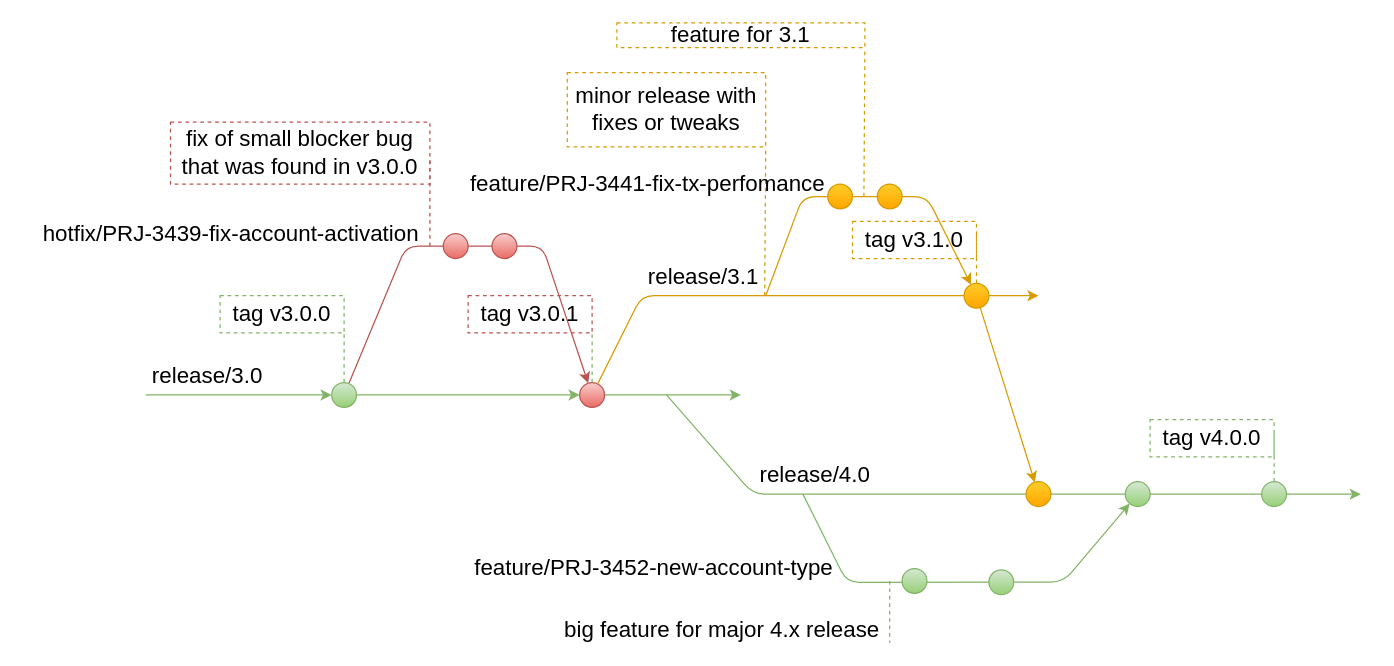
The draw.io diagram page "common" (1 of 2) of docs/gradle-release-plugin.drawio in ru-fix/gradle-release-plugin, before the edit. Source tidied: cells renumbered, new cells numbered last; positions are measured from the earlier drawing's top-left corner, leaving out a move shared by most shapes. Both pictures are drawn from the tidied source at 124%, with x=0, y=0 at pixel (32, 22).
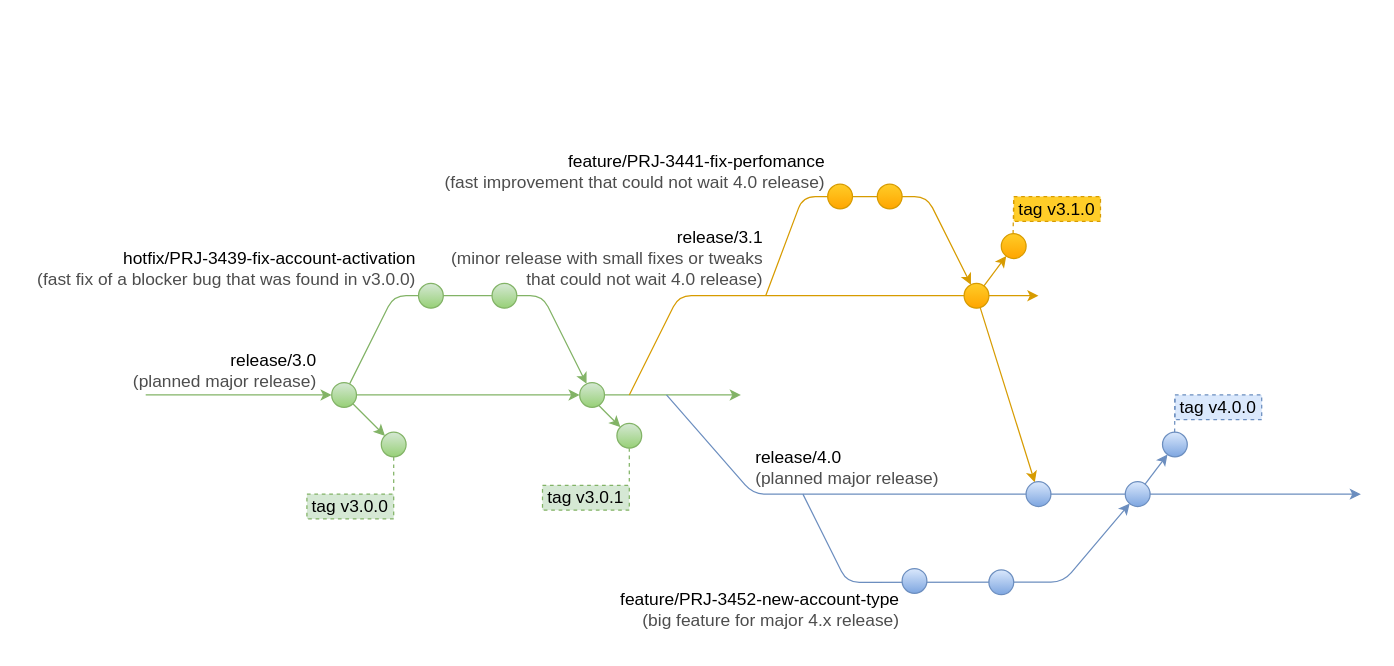
The same diagram, later.

The edit, as a diff of the source:
```diff
@@
+    <mxCell id="45" style="endArrow=classic;html=1;gradientColor=#ffa500;fillColor=#ffcd28;strokeColor=#d79b00;fontSize=14;" parent="1" edge="1" source="22" target="51">
+      <mxGeometry relative="1" as="geometry" />
+    </mxCell>
+    <mxCell id="46" style="endArrow=classic;html=1;gradientColor=#97d077;fillColor=#d5e8d4;strokeColor=#82b366;fontSize=14;" parent="1" edge="1" target="50">
+      <mxGeometry relative="1" as="geometry">
+        <mxPoint x="448" y="300" as="sourcePoint" />
+      </mxGeometry>
+    </mxCell>
-    <mxCell id="2" style="endArrow=classic;html=1;fontSize=18;gradientColor=#ea6b66;fillColor=#f8cecc;strokeColor=#b85450;" parent="1" edge="1" source="5" target="14">
+    <mxCell id="2" style="endArrow=classic;html=1;fontSize=14;gradientColor=#97d077;fillColor=#d5e8d4;strokeColor=#82b366;" parent="1" edge="1" source="5" target="14">
       <mxGeometry relative="1" as="geometry">
         <Array as="points">
-          <mxPoint x="301" y="180" />
-          <mxPoint x="351" y="180" />
-          <mxPoint x="411" y="180" />
+          <mxPoint x="291" y="220" />
+          <mxPoint x="411" y="220" />
         </Array>
       </mxGeometry>
     </mxCell>
-    <mxCell id="3" style="endArrow=classic;html=1;gradientColor=#97d077;fillColor=#d5e8d4;strokeColor=#82b366;" parent="1" edge="1" source="14">
+    <mxCell id="3" style="endArrow=classic;html=1;gradientColor=#97d077;fillColor=#d5e8d4;strokeColor=#82b366;fontSize=14;" parent="1" edge="1" source="14">
       <mxGeometry relative="1" as="geometry">
         <mxPoint x="571" y="300" as="targetPoint" />
       </mxGeometry>
     </mxCell>
-    <mxCell id="4" value="release/3.0" style="text;html=1;strokeColor=none;fillColor=none;align=center;verticalAlign=middle;whiteSpace=wrap;rounded=0;fontSize=18;gradientColor=#97d077;" parent="1" vertex="1">
-      <mxGeometry x="91" y="270" width="100" height="30" as="geometry" />
+    <mxCell id="4" value="release/3.0&lt;br&gt;&lt;span style=&quot;color: rgb(77 , 77 , 77)&quot;&gt;(planned major release)&lt;/span&gt;" style="text;html=1;strokeColor=none;fillColor=none;align=right;verticalAlign=middle;whiteSpace=wrap;rounded=0;fontSize=14;gradientColor=#97d077;" parent="1" vertex="1">
+      <mxGeometry x="21" y="260" width="210" height="40" as="geometry" />
     </mxCell>
-    <mxCell id="5" style="ellipse;whiteSpace=wrap;html=1;gradientColor=#97d077;fillColor=#d5e8d4;strokeColor=#82b366;" parent="1" vertex="1">
+    <mxCell id="5" style="ellipse;whiteSpace=wrap;html=1;gradientColor=#97d077;fillColor=#d5e8d4;strokeColor=#82b366;fontSize=14;" parent="1" vertex="1">
       <mxGeometry x="241" y="290" width="20" height="20" as="geometry" />
     </mxCell>
-    <mxCell id="6" style="endArrow=classic;html=1;gradientColor=#97d077;fillColor=#d5e8d4;strokeColor=#82b366;" parent="1" edge="1" target="5">
+    <mxCell id="6" style="endArrow=classic;html=1;gradientColor=#97d077;fillColor=#d5e8d4;strokeColor=#82b366;fontSize=14;" parent="1" edge="1" target="5">
       <mxGeometry relative="1" as="geometry">
         <mxPoint x="91" y="300" as="sourcePoint" />
       </mxGeometry>
     </mxCell>
-    <mxCell id="7" value="tag v3.0.0" style="text;html=1;strokeColor=#82b366;fillColor=none;align=center;verticalAlign=middle;whiteSpace=wrap;rounded=0;fontSize=18;dashed=1;gradientColor=#97d077;" parent="1" vertex="1">
-      <mxGeometry x="151" y="220" width="100" height="30" as="geometry" />
+    <mxCell id="7" value="tag v3.0.0" style="text;html=1;strokeColor=#82b366;fillColor=#d5e8d4;align=center;verticalAlign=middle;whiteSpace=wrap;rounded=0;fontSize=14;dashed=1;gradientColor=none;" parent="1" vertex="1">
+      <mxGeometry x="221" y="380" width="70" height="20" as="geometry" />
     </mxCell>
-    <mxCell id="8" style="endArrow=none;dashed=1;html=1;fontSize=18;exitX=0.5;exitY=0;exitDx=0;exitDy=0;gradientColor=#97d077;fillColor=#d5e8d4;strokeColor=#82b366;" parent="1" edge="1" source="5">
-      <mxGeometry relative="1" as="geometry">
-        <mxPoint x="251" y="250" as="targetPoint" />
-      </mxGeometry>
+    <mxCell id="8" style="endArrow=none;dashed=1;html=1;fontSize=14;gradientColor=#97d077;fillColor=#d5e8d4;strokeColor=#82b366;entryX=1;entryY=0;entryDx=0;entryDy=0;" parent="1" edge="1" source="47" target="7">
+      <mxGeometry relative="1" as="geometry" />
     </mxCell>
-    <mxCell id="9" style="endArrow=none;html=1;fontSize=18;dashed=1;gradientColor=#ea6b66;fillColor=#f8cecc;strokeColor=#b85450;" parent="1" edge="1">
-      <mxGeometry relative="1" as="geometry">
-        <mxPoint x="320.2" y="180" as="sourcePoint" />
-        <mxPoint x="320.2" y="110" as="targetPoint" />
-      </mxGeometry>
-    </mxCell>
-    <mxCell id="10" value="fix of small blocker bug that was found in v3.0.0" style="rounded=0;whiteSpace=wrap;html=1;strokeColor=#b85450;fillColor=none;fontSize=18;dashed=1;gradientColor=#ea6b66;" parent="1" vertex="1">
-      <mxGeometry x="111" y="80" width="209.2" height="50" as="geometry" />
-    </mxCell>
-    <mxCell id="11" value="hotfix/PRJ-3439-fix-account-activation" style="text;html=1;strokeColor=none;fillColor=none;align=center;verticalAlign=middle;whiteSpace=wrap;rounded=0;fontSize=18;gradientColor=#ea6b66;dashed=1;" parent="1" vertex="1">
-      <mxGeometry x="0.2" y="160" width="320" height="20" as="geometry" />
+    <mxCell id="11" value="hotfix/PRJ-3439-fix-account-activation&lt;br style=&quot;font-size: 14px&quot;&gt;&lt;span style=&quot;color: rgb(77 , 77 , 77) ; text-align: center ; font-size: 14px&quot;&gt;(fast fix of a blocker bug that was found in v3.0.0)&lt;/span&gt;" style="text;html=1;strokeColor=none;fillColor=none;align=right;verticalAlign=middle;whiteSpace=wrap;rounded=0;fontSize=14;gradientColor=#ea6b66;dashed=1;" parent="1" vertex="1">
+      <mxGeometry x="-9" y="180" width="320" height="35" as="geometry" />
     </mxCell>
-    <mxCell id="12" style="ellipse;whiteSpace=wrap;html=1;gradientColor=#ea6b66;fillColor=#f8cecc;strokeColor=#b85450;" parent="1" vertex="1">
-      <mxGeometry x="331" y="170" width="20" height="20" as="geometry" />
+    <mxCell id="12" style="ellipse;whiteSpace=wrap;html=1;gradientColor=#97d077;fillColor=#d5e8d4;strokeColor=#82b366;fontSize=14;" parent="1" vertex="1">
+      <mxGeometry x="311" y="210" width="20" height="20" as="geometry" />
     </mxCell>
-    <mxCell id="13" style="ellipse;whiteSpace=wrap;html=1;gradientColor=#ea6b66;fillColor=#f8cecc;strokeColor=#b85450;" parent="1" vertex="1">
-      <mxGeometry x="370.3" y="170" width="20" height="20" as="geometry" />
+    <mxCell id="13" style="ellipse;whiteSpace=wrap;html=1;gradientColor=#97d077;fillColor=#d5e8d4;strokeColor=#82b366;fontSize=14;" parent="1" vertex="1">
+      <mxGeometry x="370.3" y="210" width="20" height="20" as="geometry" />
     </mxCell>
-    <mxCell id="14" style="ellipse;whiteSpace=wrap;html=1;gradientColor=#ea6b66;fillColor=#f8cecc;strokeColor=#b85450;" parent="1" vertex="1">
+    <mxCell id="14" style="ellipse;whiteSpace=wrap;html=1;gradientColor=#97d077;fillColor=#d5e8d4;strokeColor=#82b366;fontSize=14;" parent="1" vertex="1">
       <mxGeometry x="441" y="290" width="20" height="20" as="geometry" />
     </mxCell>
-    <mxCell id="15" style="endArrow=classic;html=1;gradientColor=#97d077;fillColor=#d5e8d4;strokeColor=#82b366;" parent="1" edge="1" source="5" target="14">
+    <mxCell id="15" style="endArrow=classic;html=1;gradientColor=#97d077;fillColor=#d5e8d4;strokeColor=#82b366;fontSize=14;" parent="1" edge="1" source="5" target="14">
       <mxGeometry relative="1" as="geometry" />
     </mxCell>
-    <mxCell id="16" value="tag v3.0.1" style="text;html=1;strokeColor=#b85450;fillColor=none;align=center;verticalAlign=middle;whiteSpace=wrap;rounded=0;fontSize=18;dashed=1;gradientColor=#ea6b66;" parent="1" vertex="1">
-      <mxGeometry x="351" y="220" width="100" height="30" as="geometry" />
-    </mxCell>
-    <mxCell id="17" style="endArrow=none;dashed=1;html=1;fontSize=18;exitX=0.5;exitY=0;exitDx=0;exitDy=0;gradientColor=#97d077;fillColor=#d5e8d4;strokeColor=#82b366;" parent="1" edge="1">
-      <mxGeometry relative="1" as="geometry">
-        <mxPoint x="451" y="290" as="sourcePoint" />
-        <mxPoint x="451" y="250" as="targetPoint" />
-      </mxGeometry>
-    </mxCell>
-    <mxCell id="18" style="endArrow=classic;html=1;fontSize=18;gradientColor=#ffa500;fillColor=#ffcd28;strokeColor=#d79b00;" parent="1" edge="1" source="14">
+    <mxCell id="18" style="endArrow=classic;html=1;fontSize=14;gradientColor=#ffa500;fillColor=#ffcd28;strokeColor=#d79b00;" parent="1" edge="1">
       <mxGeometry relative="1" as="geometry">
+        <mxPoint x="481" y="300" as="sourcePoint" />
         <mxPoint x="811" y="220" as="targetPoint" />
         <Array as="points">
-          <mxPoint x="491" y="220" />
+          <mxPoint x="521" y="220" />
         </Array>
       </mxGeometry>
     </mxCell>
-    <mxCell id="19" value="release/3.1" style="text;html=1;strokeColor=none;fillColor=none;align=center;verticalAlign=middle;whiteSpace=wrap;rounded=0;fontSize=18;" parent="1" vertex="1">
-      <mxGeometry x="491" y="190" width="100" height="30" as="geometry" />
+    <mxCell id="19" value="release/3.1&lt;br style=&quot;font-size: 14px;&quot;&gt;&lt;span style=&quot;color: rgb(77, 77, 77); font-size: 14px;&quot;&gt;(minor release with small fixes or tweaks that could not wait 4.0 release)&lt;/span&gt;" style="text;html=1;strokeColor=none;fillColor=none;align=right;verticalAlign=middle;whiteSpace=wrap;rounded=0;fontSize=14;" parent="1" vertex="1">
+      <mxGeometry x="331" y="160" width="260" height="60" as="geometry" />
     </mxCell>
-    <mxCell id="20" style="endArrow=none;html=1;fontSize=18;dashed=1;entryX=1;entryY=1;entryDx=0;entryDy=0;gradientColor=#ffa500;fillColor=#ffcd28;strokeColor=#d79b00;" parent="1" edge="1" target="21">
-      <mxGeometry relative="1" as="geometry">
-        <mxPoint x="590.2" y="220" as="sourcePoint" />
-      </mxGeometry>
-    </mxCell>
-    <mxCell id="21" value="minor release with fixes or tweaks" style="rounded=0;whiteSpace=wrap;html=1;strokeColor=#d79b00;fillColor=none;fontSize=18;dashed=1;gradientColor=#ffa500;" parent="1" vertex="1">
-      <mxGeometry x="431" y="40" width="160" height="60" as="geometry" />
-    </mxCell>
-    <mxCell id="22" style="ellipse;whiteSpace=wrap;html=1;gradientColor=#ffa500;fillColor=#ffcd28;strokeColor=#d79b00;" parent="1" vertex="1">
+    <mxCell id="22" style="ellipse;whiteSpace=wrap;html=1;gradientColor=#ffa500;fillColor=#ffcd28;strokeColor=#d79b00;fontSize=14;" parent="1" vertex="1">
       <mxGeometry x="751" y="210" width="20" height="20" as="geometry" />
     </mxCell>
-    <mxCell id="23" style="endArrow=classic;html=1;fontSize=18;gradientColor=#ffa500;fillColor=#ffcd28;strokeColor=#d79b00;" parent="1" edge="1" target="22">
+    <mxCell id="23" style="endArrow=classic;html=1;fontSize=14;gradientColor=#ffa500;fillColor=#ffcd28;strokeColor=#d79b00;" parent="1" edge="1" target="22">
       <mxGeometry relative="1" as="geometry">
         <mxPoint x="591" y="220" as="sourcePoint" />
         <Array as="points">
           <mxPoint x="621" y="140" />
           <mxPoint x="721" y="140" />
         </Array>
       </mxGeometry>
     </mxCell>
-    <mxCell id="24" style="ellipse;whiteSpace=wrap;html=1;gradientColor=#ffa500;fillColor=#ffcd28;strokeColor=#d79b00;" parent="1" vertex="1">
+    <mxCell id="24" style="ellipse;whiteSpace=wrap;html=1;gradientColor=#ffa500;fillColor=#ffcd28;strokeColor=#d79b00;fontSize=14;" parent="1" vertex="1">
       <mxGeometry x="641" y="130" width="20" height="20" as="geometry" />
     </mxCell>
-    <mxCell id="25" style="ellipse;whiteSpace=wrap;html=1;gradientColor=#ffa500;fillColor=#ffcd28;strokeColor=#d79b00;" parent="1" vertex="1">
+    <mxCell id="25" style="ellipse;whiteSpace=wrap;html=1;gradientColor=#ffa500;fillColor=#ffcd28;strokeColor=#d79b00;fontSize=14;" parent="1" vertex="1">
       <mxGeometry x="681" y="130" width="20" height="20" as="geometry" />
     </mxCell>
-    <mxCell id="26" value="feature/PRJ-3441-fix-tx-perfomance" style="text;html=1;strokeColor=none;fillColor=none;align=center;verticalAlign=middle;whiteSpace=wrap;rounded=0;fontSize=18;" parent="1" vertex="1">
-      <mxGeometry x="341" y="120" width="310" height="20" as="geometry" />
+    <mxCell id="26" value="feature/PRJ-3441-fix-perfomance&lt;br&gt;&lt;span style=&quot;color: rgb(77 , 77 , 77)&quot;&gt;(fast improvement that could not wait 4.0 release)&lt;/span&gt;" style="text;html=1;strokeColor=none;fillColor=none;align=right;verticalAlign=middle;whiteSpace=wrap;rounded=0;fontSize=14;" parent="1" vertex="1">
+      <mxGeometry x="331" y="110" width="310" height="20" as="geometry" />
     </mxCell>
-    <mxCell id="27" value="feature for 3.1" style="rounded=0;whiteSpace=wrap;html=1;strokeColor=#d79b00;fillColor=none;fontSize=18;dashed=1;gradientColor=#ffa500;" parent="1" vertex="1">
-      <mxGeometry x="471" width="200" height="20" as="geometry" />
-    </mxCell>
-    <mxCell id="28" style="endArrow=none;html=1;fontSize=18;dashed=1;entryX=1;entryY=1;entryDx=0;entryDy=0;gradientColor=#ffa500;fillColor=#ffcd28;strokeColor=#d79b00;" parent="1" edge="1" target="27">
-      <mxGeometry relative="1" as="geometry">
-        <mxPoint x="670.2" y="140" as="sourcePoint" />
-      </mxGeometry>
-    </mxCell>
-    <mxCell id="29" value="tag v3.1.0" style="text;html=1;strokeColor=#d79b00;fillColor=none;align=center;verticalAlign=middle;whiteSpace=wrap;rounded=0;fontSize=18;dashed=1;gradientColor=#ffa500;" parent="1" vertex="1">
-      <mxGeometry x="661" y="160" width="100" height="30" as="geometry" />
+    <mxCell id="29" value="tag v3.1.0" style="text;html=1;strokeColor=#d79b00;fillColor=#ffcd28;align=center;verticalAlign=middle;whiteSpace=wrap;rounded=0;fontSize=14;dashed=1;gradientColor=none;" parent="1" vertex="1">
+      <mxGeometry x="791" y="140" width="70" height="20" as="geometry" />
     </mxCell>
-    <mxCell id="30" style="endArrow=none;dashed=1;html=1;fontSize=18;exitX=0.5;exitY=0;exitDx=0;exitDy=0;gradientColor=#ffa500;fillColor=#ffcd28;strokeColor=#d79b00;" parent="1" edge="1">
+    <mxCell id="30" style="endArrow=none;dashed=1;html=1;fontSize=14;exitX=0.5;exitY=0;exitDx=0;exitDy=0;gradientColor=#ffa500;fillColor=#ffcd28;strokeColor=#d79b00;" parent="1" edge="1">
       <mxGeometry relative="1" as="geometry">
-        <mxPoint x="761" y="210" as="sourcePoint" />
-        <mxPoint x="761" y="170" as="targetPoint" />
+        <mxPoint x="790.5" y="170" as="sourcePoint" />
+        <mxPoint x="791" y="140" as="targetPoint" />
       </mxGeometry>
     </mxCell>
-    <mxCell id="31" style="endArrow=classic;html=1;fontSize=18;gradientColor=#97d077;fillColor=#d5e8d4;strokeColor=#82b366;" parent="1" edge="1">
+    <mxCell id="31" style="endArrow=classic;html=1;fontSize=14;gradientColor=#7ea6e0;fillColor=#dae8fc;strokeColor=#6c8ebf;" parent="1" edge="1">
       <mxGeometry relative="1" as="geometry">
         <mxPoint x="511" y="300" as="sourcePoint" />
         <mxPoint x="1071" y="380" as="targetPoint" />
         <Array as="points">
           <mxPoint x="581" y="380" />
         </Array>
       </mxGeometry>
     </mxCell>
-    <mxCell id="32" value="release/4.0" style="text;html=1;strokeColor=none;fillColor=none;align=center;verticalAlign=middle;whiteSpace=wrap;rounded=0;fontSize=18;gradientColor=#97d077;" parent="1" vertex="1">
-      <mxGeometry x="581" y="350" width="100" height="30" as="geometry" />
+    <mxCell id="32" value="release/4.0&lt;br&gt;&lt;span style=&quot;color: rgb(77 , 77 , 77)&quot;&gt;(planned major release)&lt;/span&gt;" style="text;html=1;strokeColor=none;fillColor=none;align=left;verticalAlign=middle;whiteSpace=wrap;rounded=0;fontSize=14;gradientColor=#97d077;" parent="1" vertex="1">
+      <mxGeometry x="581" y="342.9" width="200" height="30" as="geometry" />
     </mxCell>
-    <mxCell id="33" style="endArrow=classic;html=1;fontSize=18;gradientColor=#ffa500;fillColor=#ffcd28;strokeColor=#d79b00;" parent="1" edge="1" source="22" target="34">
+    <mxCell id="33" style="endArrow=classic;html=1;fontSize=14;gradientColor=#ffa500;fillColor=#ffcd28;strokeColor=#d79b00;" parent="1" edge="1" source="22" target="34">
       <mxGeometry relative="1" as="geometry" />
     </mxCell>
-    <mxCell id="34" style="ellipse;whiteSpace=wrap;html=1;gradientColor=#ffa500;fillColor=#ffcd28;strokeColor=#d79b00;" parent="1" vertex="1">
+    <mxCell id="34" style="ellipse;whiteSpace=wrap;html=1;gradientColor=#7ea6e0;fillColor=#dae8fc;strokeColor=#6c8ebf;fontSize=14;" parent="1" vertex="1">
       <mxGeometry x="801" y="370" width="20" height="20" as="geometry" />
     </mxCell>
-    <mxCell id="35" style="endArrow=classic;html=1;fontSize=18;gradientColor=#97d077;fillColor=#d5e8d4;strokeColor=#82b366;" parent="1" edge="1" target="42">
+    <mxCell id="35" style="endArrow=classic;html=1;fontSize=14;gradientColor=#7ea6e0;fillColor=#dae8fc;strokeColor=#6c8ebf;" parent="1" edge="1" target="42">
       <mxGeometry relative="1" as="geometry">
         <mxPoint x="621" y="380" as="sourcePoint" />
         <Array as="points">
           <mxPoint x="656.5" y="451.1" />
           <mxPoint x="831" y="451" />
         </Array>
       </mxGeometry>
     </mxCell>
-    <mxCell id="36" style="ellipse;whiteSpace=wrap;html=1;gradientColor=#97d077;fillColor=#d5e8d4;strokeColor=#82b366;" parent="1" vertex="1">
+    <mxCell id="36" style="ellipse;whiteSpace=wrap;html=1;gradientColor=#7ea6e0;fillColor=#dae8fc;strokeColor=#6c8ebf;fontSize=14;" parent="1" vertex="1">
       <mxGeometry x="701" y="440" width="20" height="20" as="geometry" />
     </mxCell>
-    <mxCell id="37" style="ellipse;whiteSpace=wrap;html=1;gradientColor=#97d077;fillColor=#d5e8d4;strokeColor=#82b366;" parent="1" vertex="1">
+    <mxCell id="37" style="ellipse;whiteSpace=wrap;html=1;gradientColor=#7ea6e0;fillColor=#dae8fc;strokeColor=#6c8ebf;fontSize=14;" parent="1" vertex="1">
       <mxGeometry x="771" y="441.1" width="20" height="20" as="geometry" />
     </mxCell>
-    <mxCell id="38" style="ellipse;whiteSpace=wrap;html=1;gradientColor=#97d077;fillColor=#d5e8d4;strokeColor=#82b366;" parent="1" vertex="1">
-      <mxGeometry x="991" y="370" width="20" height="20" as="geometry" />
+    <mxCell id="38" style="ellipse;whiteSpace=wrap;html=1;gradientColor=#7ea6e0;fillColor=#dae8fc;strokeColor=#6c8ebf;fontSize=14;" parent="1" vertex="1">
+      <mxGeometry x="911" y="330" width="20" height="20" as="geometry" />
     </mxCell>
-    <mxCell id="39" value="tag v4.0.0" style="text;html=1;strokeColor=#82b366;fillColor=none;align=center;verticalAlign=middle;whiteSpace=wrap;rounded=0;fontSize=18;dashed=1;gradientColor=#97d077;" parent="1" vertex="1">
-      <mxGeometry x="901" y="320" width="100" height="30" as="geometry" />
+    <mxCell id="39" value="tag v4.0.0" style="text;html=1;strokeColor=#6c8ebf;fillColor=#dae8fc;align=center;verticalAlign=middle;whiteSpace=wrap;rounded=0;fontSize=14;dashed=1;gradientColor=none;" parent="1" vertex="1">
+      <mxGeometry x="921" y="300" width="70" height="20" as="geometry" />
     </mxCell>
-    <mxCell id="40" style="endArrow=none;dashed=1;html=1;fontSize=18;exitX=0.5;exitY=0;exitDx=0;exitDy=0;gradientColor=#97d077;fillColor=#d5e8d4;strokeColor=#82b366;" parent="1" edge="1">
+    <mxCell id="40" style="endArrow=none;dashed=1;html=1;fontSize=14;exitX=0.5;exitY=0;exitDx=0;exitDy=0;gradientColor=#7ea6e0;fillColor=#dae8fc;strokeColor=#6c8ebf;" parent="1" edge="1">
       <mxGeometry relative="1" as="geometry">
-        <mxPoint x="1001" y="370" as="sourcePoint" />
-        <mxPoint x="1001" y="330" as="targetPoint" />
+        <mxPoint x="920.8" y="330" as="sourcePoint" />
+        <mxPoint x="921" y="300" as="targetPoint" />
       </mxGeometry>
     </mxCell>
-    <mxCell id="41" value="feature/PRJ-3452-new-account-type" style="text;html=1;strokeColor=none;fillColor=none;align=center;verticalAlign=middle;whiteSpace=wrap;rounded=0;fontSize=18;gradientColor=#97d077;" parent="1" vertex="1">
-      <mxGeometry x="341" y="430" width="320" height="20" as="geometry" />
+    <mxCell id="41" value="feature/PRJ-3452-new-account-type&lt;br style=&quot;font-size: 14px;&quot;&gt;&lt;font color=&quot;#4d4d4d&quot; style=&quot;font-size: 14px;&quot;&gt;(big feature for major 4.x release)&lt;/font&gt;" style="text;html=1;strokeColor=none;fillColor=none;align=right;verticalAlign=middle;whiteSpace=wrap;rounded=0;fontSize=14;gradientColor=#97d077;" parent="1" vertex="1">
+      <mxGeometry x="461" y="453" width="240" height="40" as="geometry" />
     </mxCell>
-    <mxCell id="42" style="ellipse;whiteSpace=wrap;html=1;gradientColor=#97d077;fillColor=#d5e8d4;strokeColor=#82b366;" parent="1" vertex="1">
+    <mxCell id="42" style="ellipse;whiteSpace=wrap;html=1;gradientColor=#7ea6e0;fillColor=#dae8fc;strokeColor=#6c8ebf;fontSize=14;" parent="1" vertex="1">
       <mxGeometry x="881" y="370" width="20" height="20" as="geometry" />
     </mxCell>
-    <mxCell id="43" value="big feature for major 4.x release" style="rounded=0;whiteSpace=wrap;html=1;strokeColor=none;fillColor=none;fontSize=18;dashed=1;gradientColor=#97d077;" parent="1" vertex="1">
-      <mxGeometry x="421" y="480" width="270" height="20" as="geometry" />
-    </mxCell>
-    <mxCell id="44" style="endArrow=none;html=1;fontSize=18;dashed=1;entryX=1;entryY=1;entryDx=0;entryDy=0;gradientColor=#97d077;fillColor=#d5e8d4;strokeColor=#82b366;" parent="1" edge="1" target="43">
-      <mxGeometry relative="1" as="geometry">
-        <mxPoint x="691" y="450" as="sourcePoint" />
-      </mxGeometry>
-    </mxCell>
+    <mxCell id="47" style="ellipse;whiteSpace=wrap;html=1;gradientColor=#97d077;fillColor=#d5e8d4;strokeColor=#82b366;fontSize=14;" parent="1" vertex="1">
+      <mxGeometry x="281" y="330" width="20" height="20" as="geometry" />
+    </mxCell>
+    <mxCell id="48" style="endArrow=classic;html=1;gradientColor=#97d077;fillColor=#d5e8d4;strokeColor=#82b366;fontSize=14;" parent="1" edge="1" source="5" target="47">
+      <mxGeometry relative="1" as="geometry" />
+    </mxCell>
+    <mxCell id="16" value="tag v3.0.1" style="text;html=1;strokeColor=#82b366;fillColor=#d5e8d4;align=center;verticalAlign=middle;whiteSpace=wrap;rounded=0;fontSize=14;dashed=1;gradientColor=none;" parent="1" vertex="1">
+      <mxGeometry x="411" y="372.9" width="70" height="20" as="geometry" />
+    </mxCell>
+    <mxCell id="49" style="endArrow=none;dashed=1;html=1;fontSize=14;gradientColor=#97d077;fillColor=#d5e8d4;strokeColor=#82b366;entryX=1;entryY=0;entryDx=0;entryDy=0;" parent="1" edge="1" source="50" target="16">
+      <mxGeometry relative="1" as="geometry" />
+    </mxCell>
+    <mxCell id="50" style="ellipse;whiteSpace=wrap;html=1;gradientColor=#97d077;fillColor=#d5e8d4;strokeColor=#82b366;fontSize=14;" parent="1" vertex="1">
+      <mxGeometry x="471" y="322.9" width="20" height="20" as="geometry" />
+    </mxCell>
+    <mxCell id="51" style="ellipse;whiteSpace=wrap;html=1;gradientColor=#ffa500;fillColor=#ffcd28;strokeColor=#d79b00;fontSize=14;" parent="1" vertex="1">
+      <mxGeometry x="781" y="170" width="20" height="20" as="geometry" />
+    </mxCell>
+    <mxCell id="52" style="endArrow=classic;html=1;gradientColor=#7ea6e0;fillColor=#dae8fc;strokeColor=#6c8ebf;fontSize=14;" parent="1" edge="1" source="42" target="38">
+      <mxGeometry relative="1" as="geometry" />
+    </mxCell>
```
